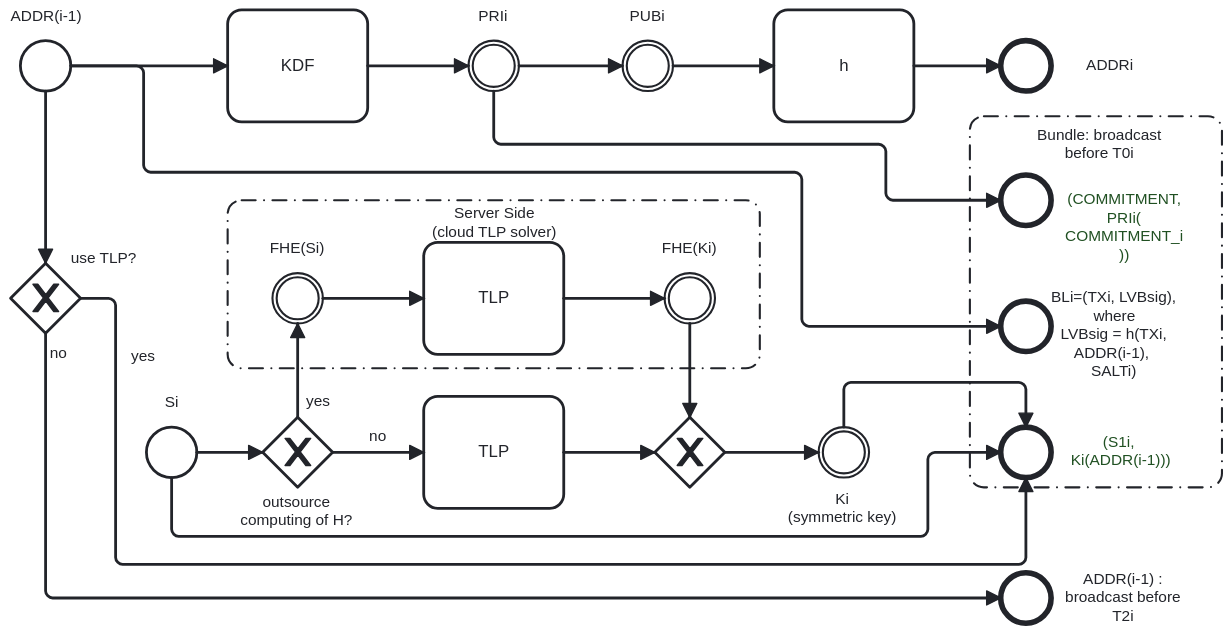
Before: docs/keys_diagram.svg, a diagram exported from BPMN (Yuri-SVB/LVBsig). Its source is kept beside it as docs/keys_diagram.bpmn. Ids are renumbered.
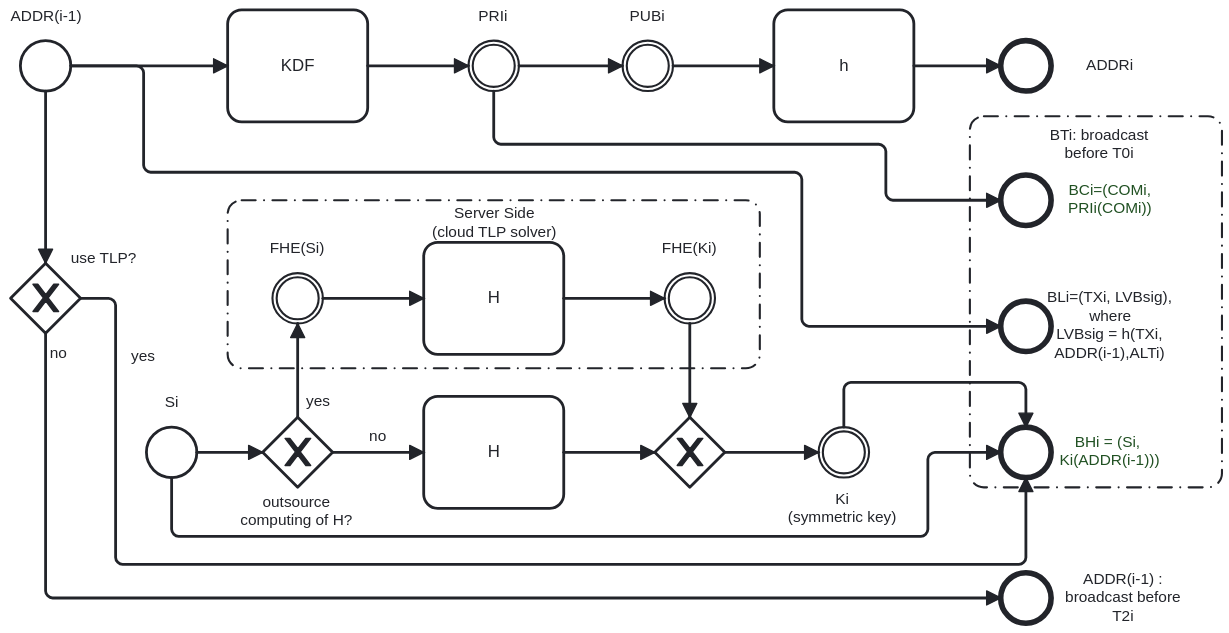
The same diagram one commit later.

Change to the diagram source:
```diff
@@ -29,7 +29,7 @@
       <bpmn:outgoing>Flow_n18</bpmn:outgoing>
       <bpmn:outgoing>Flow_n19</bpmn:outgoing>
     </bpmn:exclusiveGateway>
-    <bpmn:task id="Activity_n20" name="TLP">
+    <bpmn:task id="Activity_n20" name="H">
       <bpmn:incoming>Flow_n18</bpmn:incoming>
       <bpmn:outgoing>Flow_n21</bpmn:outgoing>
     </bpmn:task>
@@ -41,7 +41,7 @@
     </bpmn:exclusiveGateway>
     <bpmn:sequenceFlow id="Flow_n21" sourceRef="Activity_n20" targetRef="Gateway_n22" />
     <bpmn:sequenceFlow id="Flow_n24" sourceRef="Gateway_n22" targetRef="Event_n25" />
-    <bpmn:task id="Activity_n26" name="TLP">
+    <bpmn:task id="Activity_n26" name="H">
       <bpmn:incoming>Flow_n27</bpmn:incoming>
       <bpmn:outgoing>Flow_n28</bpmn:outgoing>
     </bpmn:task>
@@ -61,17 +61,17 @@
       <bpmn:incoming>Flow_n24</bpmn:incoming>
       <bpmn:outgoing>Flow_n31</bpmn:outgoing>
     </bpmn:intermediateThrowEvent>
-    <bpmn:endEvent id="Event_n32" name="(S1i,    Ki(ADDR(i-1)))">
+    <bpmn:endEvent id="Event_n32" name="BHi = (Si,    Ki(ADDR(i-1)))">
       <bpmn:incoming>Flow_n31</bpmn:incoming>
       <bpmn:incoming>Flow_n33</bpmn:incoming>
       <bpmn:incoming>Flow_n34</bpmn:incoming>
     </bpmn:endEvent>
     <bpmn:sequenceFlow id="Flow_n31" sourceRef="Event_n25" targetRef="Event_n32" />
-    <bpmn:endEvent id="Event_n35" name="(COMMITMENT,&#10;PRIi( COMMITMENT_i ))">
+    <bpmn:endEvent id="Event_n35" name="BCi=(COMi, PRIi(COMi))">
       <bpmn:incoming>Flow_n11</bpmn:incoming>
     </bpmn:endEvent>
     <bpmn:sequenceFlow id="Flow_n11" sourceRef="Event_n9" targetRef="Event_n35" />
-    <bpmn:endEvent id="Event_n36" name="BLi=(TXi, LVBsig),      where&#10;LVBsig = h(TXi, ADDR(i-1),  SALTi)">
+    <bpmn:endEvent id="Event_n36" name="BLi=(TXi, LVBsig),      where&#10;LVBsig = h(TXi, ADDR(i-1),ALTi)">
       <bpmn:incoming>Flow_n5</bpmn:incoming>
     </bpmn:endEvent>
     <bpmn:task id="Activity_n37" name="h">
@@ -105,20 +105,36 @@
     <bpmn:categoryValue id="CategoryValue_n43" value="Server Side (cloud TLP solver)" />
   </bpmn:category>
   <bpmn:category id="Category_n47">
-    <bpmn:categoryValue id="CategoryValue_n45" value="Bundle: broadcast before T0i" />
+    <bpmn:categoryValue id="CategoryValue_n45" value="BTi: broadcast before T0i" />
   </bpmn:category>
   <bpmndi:BPMNDiagram id="BPMNDiagram_1">
     <bpmndi:BPMNPlane id="BPMNPlane_1" bpmnElement="Process_n2">
-      <bpmndi:BPMNShape id="Gateway_n41_di" bpmnElement="Gateway_n41" isMarkerVisible="true">
-        <dc:Bounds x="155" y="265" width="50" height="50" />
-        <bpmndi:BPMNLabel>
-          <dc:Bounds x="198" y="255" width="47" height="14" />
-        </bpmndi:BPMNLabel>
-      </bpmndi:BPMNShape>
       <bpmndi:BPMNShape id="_BPMNShape_StartEvent_2" bpmnElement="StartEvent_n3">
         <dc:Bounds x="162" y="106" width="36" height="36" />
         <bpmndi:BPMNLabel>
           <dc:Bounds x="155" y="82" width="51" height="14" />
+        </bpmndi:BPMNLabel>
+      </bpmndi:BPMNShape>
+      <bpmndi:BPMNShape id="Activity_n7_di" bpmnElement="Activity_n7">
+        <dc:Bounds x="310" y="84" width="100" height="80" />
+        <bpmndi:BPMNLabel />
+      </bpmndi:BPMNShape>
+      <bpmndi:BPMNShape id="Event_n9_di" bpmnElement="Event_n9">
+        <dc:Bounds x="482" y="106" width="36" height="36" />
+        <bpmndi:BPMNLabel>
+          <dc:Bounds x="489" y="82" width="21" height="14" />
+        </bpmndi:BPMNLabel>
+      </bpmndi:BPMNShape>
+      <bpmndi:BPMNShape id="Event_n12_di" bpmnElement="Event_n12">
+        <dc:Bounds x="592" y="106" width="36" height="36" />
+        <bpmndi:BPMNLabel>
+          <dc:Bounds x="597" y="82" width="26" height="14" />
+        </bpmndi:BPMNLabel>
+      </bpmndi:BPMNShape>
+      <bpmndi:BPMNShape id="Event_n14_di" bpmnElement="Event_n14">
+        <dc:Bounds x="862" y="106" width="36" height="36" />
+        <bpmndi:BPMNLabel>
+          <dc:Bounds x="923" y="117" width="34" height="14" />
         </bpmndi:BPMNLabel>
       </bpmndi:BPMNShape>
       <bpmndi:BPMNShape id="Gateway_n16_di" bpmnElement="Gateway_n16" isMarkerVisible="true">
@@ -156,55 +172,27 @@
           <dc:Bounds x="710" y="427" width="78" height="27" />
         </bpmndi:BPMNLabel>
       </bpmndi:BPMNShape>
-      <bpmndi:BPMNShape id="Event_n40_di" bpmnElement="Event_n40">
-        <dc:Bounds x="252" y="382" width="36" height="36" />
-        <bpmndi:BPMNLabel>
-          <dc:Bounds x="265" y="358" width="10" height="14" />
+      <bpmndi:BPMNShape id="Event_n32_di" bpmnElement="Event_n32">
+        <dc:Bounds x="862" y="382" width="36" height="36" />
+        <bpmndi:BPMNLabel color:color="#205022">
+          <dc:Bounds x="904" y="386" width="72" height="27" />
         </bpmndi:BPMNLabel>
       </bpmndi:BPMNShape>
-      <bpmndi:BPMNShape id="Activity_n7_di" bpmnElement="Activity_n7">
-        <dc:Bounds x="310" y="84" width="100" height="80" />
-        <bpmndi:BPMNLabel />
-      </bpmndi:BPMNShape>
-      <bpmndi:BPMNShape id="Event_n9_di" bpmnElement="Event_n9">
-        <dc:Bounds x="482" y="106" width="36" height="36" />
-        <bpmndi:BPMNLabel>
-          <dc:Bounds x="489" y="82" width="21" height="14" />
+      <bpmndi:BPMNShape id="Event_n35_di" bpmnElement="Event_n35">
+        <dc:Bounds x="862" y="202" width="36" height="36" />
+        <bpmndi:BPMNLabel color:color="#205022">
+          <dc:Bounds x="910" y="206" width="60" height="27" />
         </bpmndi:BPMNLabel>
       </bpmndi:BPMNShape>
-      <bpmndi:BPMNShape id="Event_n12_di" bpmnElement="Event_n12">
-        <dc:Bounds x="592" y="106" width="36" height="36" />
+      <bpmndi:BPMNShape id="Event_n36_di" bpmnElement="Event_n36">
+        <dc:Bounds x="862" y="292" width="36" height="36" />
         <bpmndi:BPMNLabel>
-          <dc:Bounds x="597" y="82" width="26" height="14" />
+          <dc:Bounds x="895" y="283" width="90" height="53" />
         </bpmndi:BPMNLabel>
       </bpmndi:BPMNShape>
       <bpmndi:BPMNShape id="Activity_n37_di" bpmnElement="Activity_n37">
         <dc:Bounds x="700" y="84" width="100" height="80" />
         <bpmndi:BPMNLabel />
-      </bpmndi:BPMNShape>
-      <bpmndi:BPMNShape id="Event_n14_di" bpmnElement="Event_n14">
-        <dc:Bounds x="862" y="106" width="36" height="36" />
-        <bpmndi:BPMNLabel>
-          <dc:Bounds x="923" y="117" width="34" height="14" />
-        </bpmndi:BPMNLabel>
-      </bpmndi:BPMNShape>
-      <bpmndi:BPMNShape id="Event_n32_di" bpmnElement="Event_n32">
-        <dc:Bounds x="862" y="382" width="36" height="36" />
-        <bpmndi:BPMNLabel color:color="#205022">
-          <dc:Bounds x="912" y="386" width="72" height="27" />
-        </bpmndi:BPMNLabel>
-      </bpmndi:BPMNShape>
-      <bpmndi:BPMNShape id="Event_n35_di" bpmnElement="Event_n35">
-        <dc:Bounds x="862" y="202" width="36" height="36" />
-        <bpmndi:BPMNLabel color:color="#205022">
-          <dc:Bounds x="908" y="213" width="85" height="53" />
-        </bpmndi:BPMNLabel>
-      </bpmndi:BPMNShape>
-      <bpmndi:BPMNShape id="Event_n36_di" bpmnElement="Event_n36">
-        <dc:Bounds x="862" y="292" width="36" height="36" />
-        <bpmndi:BPMNLabel>
-          <dc:Bounds x="898" y="283" width="90" height="66" />
-        </bpmndi:BPMNLabel>
       </bpmndi:BPMNShape>
       <bpmndi:BPMNShape id="Event_n38_di" bpmnElement="Event_n38">
         <dc:Bounds x="862" y="486" width="36" height="36" />
@@ -212,6 +200,109 @@
           <dc:Bounds x="908" y="484" width="83" height="40" />
         </bpmndi:BPMNLabel>
       </bpmndi:BPMNShape>
+      <bpmndi:BPMNShape id="Event_n40_di" bpmnElement="Event_n40">
+        <dc:Bounds x="252" y="382" width="36" height="36" />
+        <bpmndi:BPMNLabel>
+          <dc:Bounds x="265" y="358" width="10" height="14" />
+        </bpmndi:BPMNLabel>
+      </bpmndi:BPMNShape>
+      <bpmndi:BPMNShape id="Gateway_n41_di" bpmnElement="Gateway_n41" isMarkerVisible="true">
+        <dc:Bounds x="155" y="265" width="50" height="50" />
+        <bpmndi:BPMNLabel>
+          <dc:Bounds x="198" y="255" width="47" height="14" />
+        </bpmndi:BPMNLabel>
+      </bpmndi:BPMNShape>
+      <bpmndi:BPMNShape id="Group_n42_di" bpmnElement="Group_n42">
+        <dc:Bounds x="310" y="220" width="380" height="120" />
+        <bpmndi:BPMNLabel>
+          <dc:Bounds x="456" y="223" width="89" height="27" />
+        </bpmndi:BPMNLabel>
+      </bpmndi:BPMNShape>
+      <bpmndi:BPMNShape id="Group_n44_di" bpmnElement="Group_n44">
+        <dc:Bounds x="840" y="160" width="180" height="265" />
+        <bpmndi:BPMNLabel>
+          <dc:Bounds x="897" y="167" width="71" height="27" />
+        </bpmndi:BPMNLabel>
+      </bpmndi:BPMNShape>
+      <bpmndi:BPMNEdge id="Flow_n4_di" bpmnElement="Flow_n4">
+        <di:waypoint x="198" y="124" />
+        <di:waypoint x="310" y="124" />
+      </bpmndi:BPMNEdge>
+      <bpmndi:BPMNEdge id="Flow_n8_di" bpmnElement="Flow_n8">
+        <di:waypoint x="410" y="124" />
+        <di:waypoint x="482" y="124" />
+      </bpmndi:BPMNEdge>
+      <bpmndi:BPMNEdge id="Flow_n10_di" bpmnElement="Flow_n10">
+        <di:waypoint x="518" y="124" />
+        <di:waypoint x="592" y="124" />
+      </bpmndi:BPMNEdge>
+      <bpmndi:BPMNEdge id="Flow_n18_di" bpmnElement="Flow_n18">
+        <di:waypoint x="385" y="400" />
+        <di:waypoint x="450" y="400" />
+        <bpmndi:BPMNLabel>
+          <dc:Bounds x="411" y="382" width="13" height="14" />
+        </bpmndi:BPMNLabel>
+      </bpmndi:BPMNEdge>
+      <bpmndi:BPMNEdge id="Flow_n21_di" bpmnElement="Flow_n21">
+        <di:waypoint x="550" y="400" />
+        <di:waypoint x="615" y="400" />
+      </bpmndi:BPMNEdge>
+      <bpmndi:BPMNEdge id="Flow_n24_di" bpmnElement="Flow_n24">
+        <di:waypoint x="665" y="400" />
+        <di:waypoint x="732" y="400" />
+      </bpmndi:BPMNEdge>
+      <bpmndi:BPMNEdge id="Flow_n19_di" bpmnElement="Flow_n19">
+        <di:waypoint x="360" y="375" />
+        <di:waypoint x="360" y="308" />
+        <bpmndi:BPMNLabel>
+          <dc:Bounds x="366" y="357" width="18" height="14" />
+        </bpmndi:BPMNLabel>
+      </bpmndi:BPMNEdge>
+      <bpmndi:BPMNEdge id="Flow_n27_di" bpmnElement="Flow_n27">
+        <di:waypoint x="378" y="290" />
+        <di:waypoint x="450" y="290" />
+      </bpmndi:BPMNEdge>
+      <bpmndi:BPMNEdge id="Flow_n28_di" bpmnElement="Flow_n28">
+        <di:waypoint x="550" y="290" />
+        <di:waypoint x="622" y="290" />
+      </bpmndi:BPMNEdge>
+      <bpmndi:BPMNEdge id="Flow_n23_di" bpmnElement="Flow_n23">
+        <di:waypoint x="640" y="308" />
+        <di:waypoint x="640" y="375" />
+      </bpmndi:BPMNEdge>
+      <bpmndi:BPMNEdge id="Flow_n31_di" bpmnElement="Flow_n31">
+        <di:waypoint x="750" y="382" />
+        <di:waypoint x="750" y="350" />
+        <di:waypoint x="880" y="350" />
+        <di:waypoint x="880" y="382" />
+      </bpmndi:BPMNEdge>
+      <bpmndi:BPMNEdge id="Flow_n11_di" bpmnElement="Flow_n11">
+        <di:waypoint x="500" y="142" />
+        <di:waypoint x="500" y="180" />
+        <di:waypoint x="780" y="180" />
+        <di:waypoint x="780" y="220" />
+        <di:waypoint x="862" y="220" />
+      </bpmndi:BPMNEdge>
+      <bpmndi:BPMNEdge id="Flow_n13_di" bpmnElement="Flow_n13">
+        <di:waypoint x="628" y="124" />
+        <di:waypoint x="700" y="124" />
+      </bpmndi:BPMNEdge>
+      <bpmndi:BPMNEdge id="Flow_n15_di" bpmnElement="Flow_n15">
+        <di:waypoint x="800" y="124" />
+        <di:waypoint x="862" y="124" />
+      </bpmndi:BPMNEdge>
+      <bpmndi:BPMNEdge id="Flow_n5_di" bpmnElement="Flow_n5">
+        <di:waypoint x="198" y="124" />
+        <di:waypoint x="250" y="124" />
+        <di:waypoint x="250" y="200" />
+        <di:waypoint x="720" y="200" />
+        <di:waypoint x="720" y="310" />
+        <di:waypoint x="862" y="310" />
+      </bpmndi:BPMNEdge>
+      <bpmndi:BPMNEdge id="Flow_n17_di" bpmnElement="Flow_n17">
+        <di:waypoint x="288" y="400" />
+        <di:waypoint x="335" y="400" />
+      </bpmndi:BPMNEdge>
       <bpmndi:BPMNEdge id="Flow_n6_di" bpmnElement="Flow_n6">
         <di:waypoint x="180" y="142" />
         <di:waypoint x="180" y="265" />
@@ -234,62 +325,6 @@
           <dc:Bounds x="241" y="325" width="18" height="14" />
         </bpmndi:BPMNLabel>
       </bpmndi:BPMNEdge>
-      <bpmndi:BPMNEdge id="Flow_n4_di" bpmnElement="Flow_n4">
-        <di:waypoint x="198" y="124" />
-        <di:waypoint x="310" y="124" />
-      </bpmndi:BPMNEdge>
-      <bpmndi:BPMNEdge id="Flow_n5_di" bpmnElement="Flow_n5">
-        <di:waypoint x="198" y="124" />
-        <di:waypoint x="250" y="124" />
-        <di:waypoint x="250" y="200" />
-        <di:waypoint x="720" y="200" />
-        <di:waypoint x="720" y="310" />
-        <di:waypoint x="862" y="310" />
-      </bpmndi:BPMNEdge>
-      <bpmndi:BPMNEdge id="Flow_n17_di" bpmnElement="Flow_n17">
-        <di:waypoint x="288" y="400" />
-        <di:waypoint x="335" y="400" />
-      </bpmndi:BPMNEdge>
-      <bpmndi:BPMNEdge id="Flow_n18_di" bpmnElement="Flow_n18">
-        <di:waypoint x="385" y="400" />
-        <di:waypoint x="450" y="400" />
-        <bpmndi:BPMNLabel>
-          <dc:Bounds x="411" y="382" width="13" height="14" />
-        </bpmndi:BPMNLabel>
-      </bpmndi:BPMNEdge>
-      <bpmndi:BPMNEdge id="Flow_n19_di" bpmnElement="Flow_n19">
-        <di:waypoint x="360" y="375" />
-        <di:waypoint x="360" y="308" />
-        <bpmndi:BPMNLabel>
-          <dc:Bounds x="366" y="357" width="18" height="14" />
-        </bpmndi:BPMNLabel>
-      </bpmndi:BPMNEdge>
-      <bpmndi:BPMNEdge id="Flow_n21_di" bpmnElement="Flow_n21">
-        <di:waypoint x="550" y="400" />
-        <di:waypoint x="615" y="400" />
-      </bpmndi:BPMNEdge>
-      <bpmndi:BPMNEdge id="Flow_n23_di" bpmnElement="Flow_n23">
-        <di:waypoint x="640" y="308" />
-        <di:waypoint x="640" y="375" />
-      </bpmndi:BPMNEdge>
-      <bpmndi:BPMNEdge id="Flow_n24_di" bpmnElement="Flow_n24">
-        <di:waypoint x="665" y="400" />
-        <di:waypoint x="732" y="400" />
-      </bpmndi:BPMNEdge>
-      <bpmndi:BPMNEdge id="Flow_n27_di" bpmnElement="Flow_n27">
-        <di:waypoint x="378" y="290" />
-        <di:waypoint x="450" y="290" />
-      </bpmndi:BPMNEdge>
-      <bpmndi:BPMNEdge id="Flow_n28_di" bpmnElement="Flow_n28">
-        <di:waypoint x="550" y="290" />
-        <di:waypoint x="622" y="290" />
-      </bpmndi:BPMNEdge>
-      <bpmndi:BPMNEdge id="Flow_n31_di" bpmnElement="Flow_n31">
-        <di:waypoint x="750" y="382" />
-        <di:waypoint x="750" y="350" />
-        <di:waypoint x="880" y="350" />
-        <di:waypoint x="880" y="382" />
-      </bpmndi:BPMNEdge>
       <bpmndi:BPMNEdge id="Flow_n34_di" bpmnElement="Flow_n34">
         <di:waypoint x="270" y="418" />
         <di:waypoint x="270" y="460" />
@@ -297,41 +332,6 @@
         <di:waypoint x="810" y="400" />
         <di:waypoint x="862" y="400" />
       </bpmndi:BPMNEdge>
-      <bpmndi:BPMNEdge id="Flow_n8_di" bpmnElement="Flow_n8">
-        <di:waypoint x="410" y="124" />
-        <di:waypoint x="482" y="124" />
-      </bpmndi:BPMNEdge>
-      <bpmndi:BPMNEdge id="Flow_n10_di" bpmnElement="Flow_n10">
-        <di:waypoint x="518" y="124" />
-        <di:waypoint x="592" y="124" />
-      </bpmndi:BPMNEdge>
-      <bpmndi:BPMNEdge id="Flow_n11_di" bpmnElement="Flow_n11">
-        <di:waypoint x="500" y="142" />
-        <di:waypoint x="500" y="180" />
-        <di:waypoint x="780" y="180" />
-        <di:waypoint x="780" y="220" />
-        <di:waypoint x="862" y="220" />
-      </bpmndi:BPMNEdge>
-      <bpmndi:BPMNEdge id="Flow_n13_di" bpmnElement="Flow_n13">
-        <di:waypoint x="628" y="124" />
-        <di:waypoint x="700" y="124" />
-      </bpmndi:BPMNEdge>
-      <bpmndi:BPMNEdge id="Flow_n15_di" bpmnElement="Flow_n15">
-        <di:waypoint x="800" y="124" />
-        <di:waypoint x="862" y="124" />
-      </bpmndi:BPMNEdge>
-      <bpmndi:BPMNShape id="Group_n42_di" bpmnElement="Group_n42">
-        <dc:Bounds x="310" y="220" width="380" height="120" />
-        <bpmndi:BPMNLabel>
-          <dc:Bounds x="456" y="223" width="89" height="27" />
-        </bpmndi:BPMNLabel>
-      </bpmndi:BPMNShape>
-      <bpmndi:BPMNShape id="Group_n44_di" bpmnElement="Group_n44">
-        <dc:Bounds x="840" y="160" width="180" height="265" />
-        <bpmndi:BPMNLabel>
-          <dc:Bounds x="888" y="167" width="89" height="27" />
-        </bpmndi:BPMNLabel>
-      </bpmndi:BPMNShape>
     </bpmndi:BPMNPlane>
   </bpmndi:BPMNDiagram>
 </bpmn:definitions>
```
